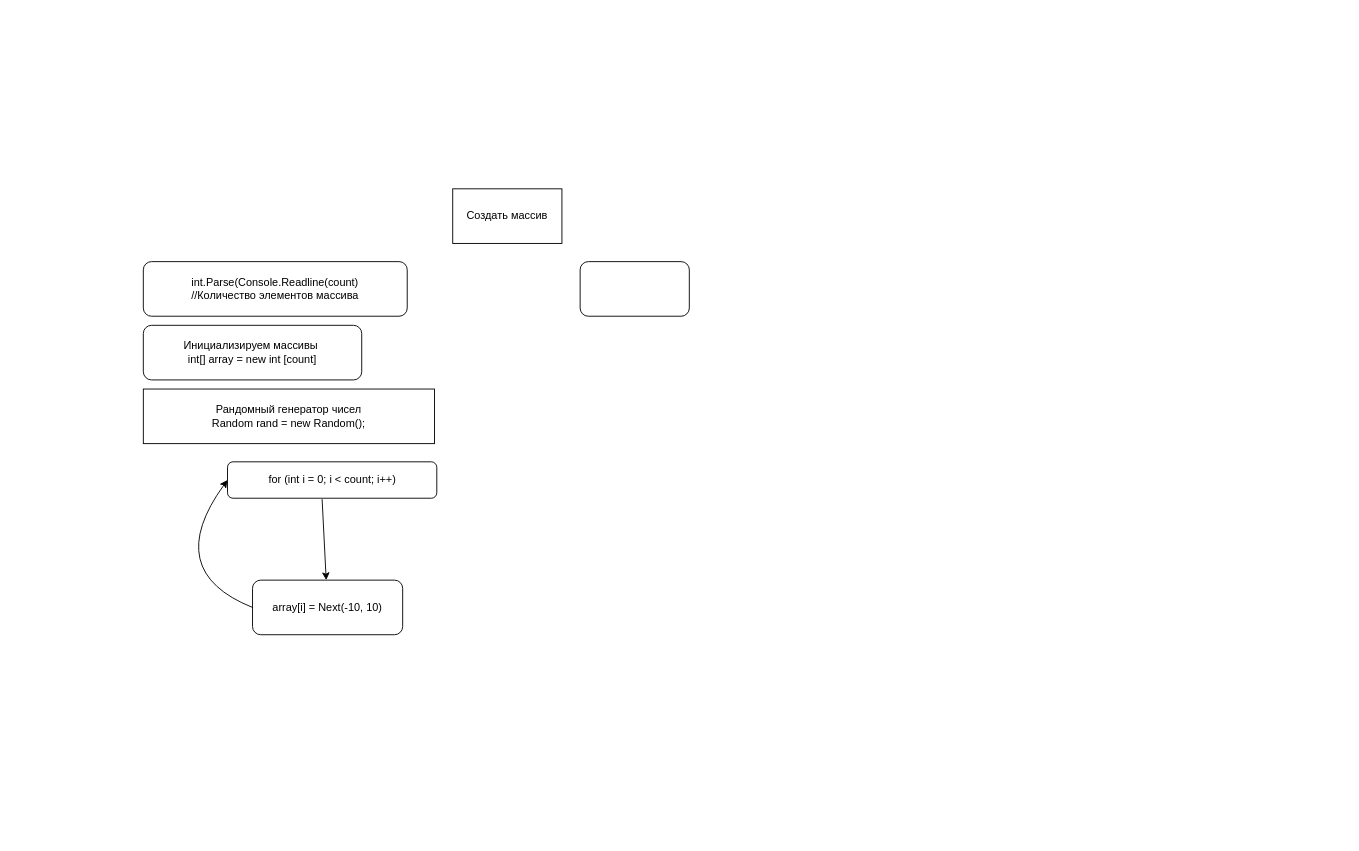
Above: Task01/Schema.drawio in shamshinmax/practicum2 (draw.io), before the change. Source tidied: cells renumbered, new cells numbered last; positions are measured from the earlier drawing's top-left corner, leaving out a move shared by most shapes. Both pictures are drawn from the tidied source at 91%, with x=0, y=0 at pixel (143, 188).
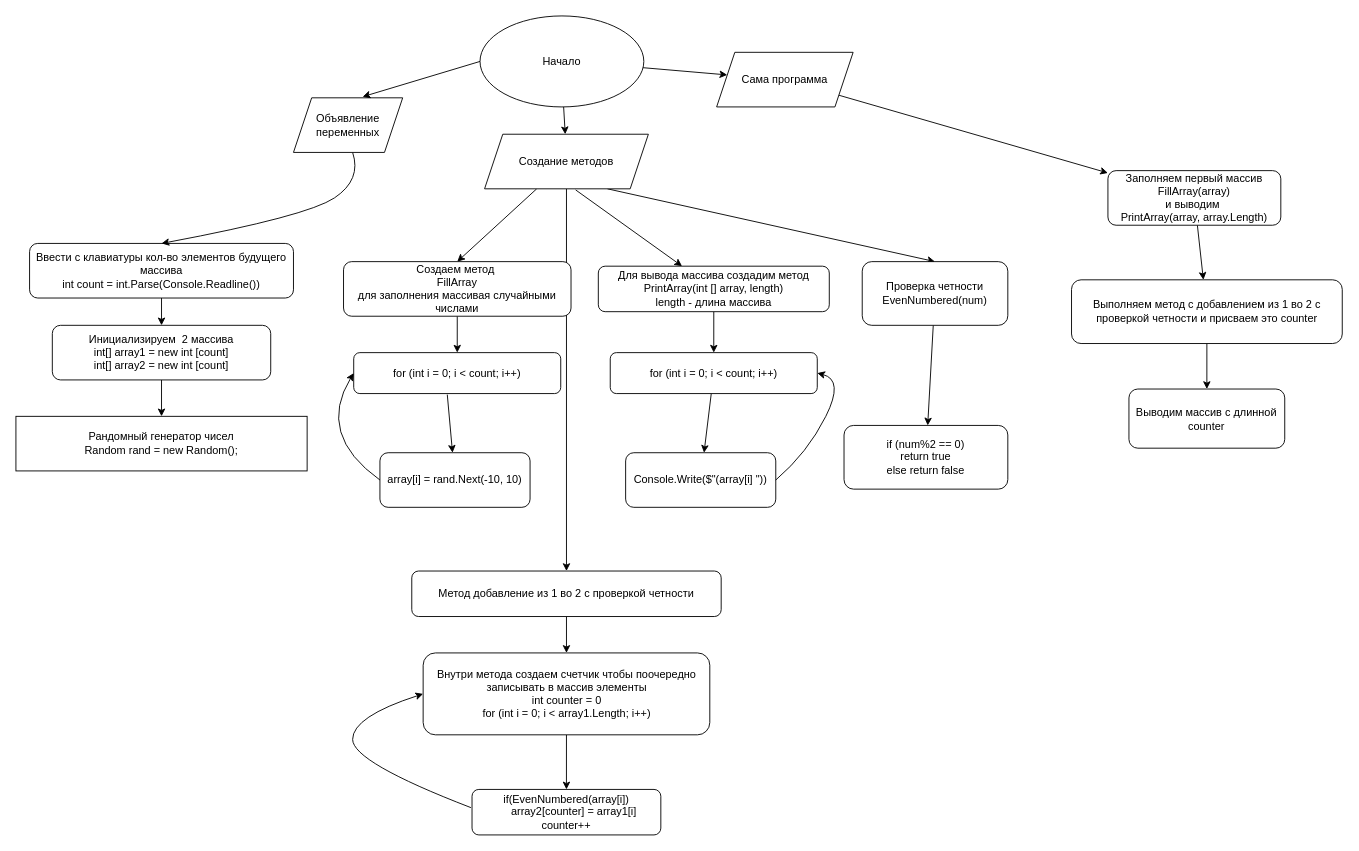
The same page after the edit.

The edit, as a diff of the source:
```diff
@@
-    <mxCell id="2" value="Создать массив" style="rounded=0;whiteSpace=wrap;html=1;" parent="1" vertex="1">
-      <mxGeometry x="340" width="120" height="60" as="geometry" />
-    </mxCell>
+    <mxCell id="11" style="edgeStyle=none;html=1;startArrow=none;" parent="1" edge="1" source="46" target="4">
+      <mxGeometry relative="1" as="geometry" />
+    </mxCell>
+    <mxCell id="12" style="edgeStyle=none;html=1;exitX=0.556;exitY=1.02;exitDx=0;exitDy=0;exitPerimeter=0;" parent="1" edge="1" source="40" target="22">
+      <mxGeometry relative="1" as="geometry" />
+    </mxCell>
+    <mxCell id="13" style="edgeStyle=none;html=1;exitX=0.5;exitY=1;exitDx=0;exitDy=0;" parent="1" edge="1" source="40" target="30">
+      <mxGeometry relative="1" as="geometry" />
+    </mxCell>
     <mxCell id="3" value="for (int i = 0; i &amp;lt; count; i++)" style="rounded=1;whiteSpace=wrap;html=1;" parent="1" vertex="1">
-      <mxGeometry x="92.5" y="300" width="230" height="40" as="geometry" />
+      <mxGeometry x="231.2" y="180" width="227.5" height="45" as="geometry" />
     </mxCell>
+    <mxCell id="14" style="edgeStyle=none;html=1;" parent="1" edge="1" source="4" target="18">
+      <mxGeometry relative="1" as="geometry" />
+    </mxCell>
-    <mxCell id="4" style="rounded=1;whiteSpace=wrap;html=1;" parent="1" vertex="1">
-      <mxGeometry x="480" y="80" width="120" height="60" as="geometry" />
+    <mxCell id="4" value="Заполняем первый массив&lt;br&gt;FillArray(array)&lt;br&gt;и выводим&amp;nbsp;&lt;br&gt;PrintArray(array, array.Length)" style="rounded=1;whiteSpace=wrap;html=1;" parent="1" vertex="1">
+      <mxGeometry x="1060" y="-20" width="190" height="60" as="geometry" />
     </mxCell>
+    <mxCell id="15" style="edgeStyle=none;html=1;" parent="1" edge="1" source="5" target="8">
+      <mxGeometry relative="1" as="geometry" />
+    </mxCell>
-    <mxCell id="5" value="int.Parse(Console.Readline(count)&lt;br&gt;//Количество элементов массива" style="rounded=1;whiteSpace=wrap;html=1;" parent="1" vertex="1">
-      <mxGeometry y="80" width="290" height="60" as="geometry" />
+    <mxCell id="5" value="Ввести с клавиатуры кол-во элементов будущего массива&lt;br&gt;int count = int.Parse(Console.Readline())" style="rounded=1;whiteSpace=wrap;html=1;" parent="1" vertex="1">
+      <mxGeometry x="-125" y="60" width="290" height="60" as="geometry" />
     </mxCell>
     <mxCell id="6" value="Рандомный генератор чисел&lt;br&gt;Random rand = new Random();" style="rounded=0;whiteSpace=wrap;html=1;" parent="1" vertex="1">
-      <mxGeometry y="220" width="320" height="60" as="geometry" />
+      <mxGeometry x="-140" y="250" width="320" height="60" as="geometry" />
     </mxCell>
-    <mxCell id="7" value="array[i] = Next(-10, 10)" style="rounded=1;whiteSpace=wrap;html=1;" parent="1" vertex="1">
-      <mxGeometry x="120" y="430" width="165" height="60" as="geometry" />
+    <mxCell id="7" value="array[i] = rand.Next(-10, 10)" style="rounded=1;whiteSpace=wrap;html=1;" parent="1" vertex="1">
+      <mxGeometry x="260" y="290" width="165" height="60" as="geometry" />
     </mxCell>
+    <mxCell id="16" style="edgeStyle=none;html=1;" parent="1" edge="1" source="8" target="6">
+      <mxGeometry relative="1" as="geometry" />
+    </mxCell>
-    <mxCell id="8" value="Инициализируем массивы&amp;nbsp;&lt;br&gt;int[] array = new int [count]" style="rounded=1;whiteSpace=wrap;html=1;" parent="1" vertex="1">
-      <mxGeometry y="150" width="240" height="60" as="geometry" />
+    <mxCell id="8" value="Инициализируем&amp;nbsp; 2 массива&lt;br&gt;int[] array1 = new int [count]&lt;br&gt;int[] array2 = new int [count]" style="rounded=1;whiteSpace=wrap;html=1;" parent="1" vertex="1">
+      <mxGeometry x="-100" y="150" width="240" height="60" as="geometry" />
     </mxCell>
@@
+    <mxCell id="17" style="edgeStyle=none;html=1;" parent="1" edge="1" source="18" target="19">
+      <mxGeometry relative="1" as="geometry" />
+    </mxCell>
+    <mxCell id="18" value="Выполняем метод с добавлением из 1 во 2 с проверкой четности и присваем это counter" style="whiteSpace=wrap;html=1;rounded=1;" parent="1" vertex="1">
+      <mxGeometry x="1020" y="100" width="297.5" height="70" as="geometry" />
+    </mxCell>
+    <mxCell id="19" value="Выводим массив с длинной counter&lt;br&gt;" style="whiteSpace=wrap;html=1;rounded=1;" parent="1" vertex="1">
+      <mxGeometry x="1083.1" y="220" width="171.2" height="65" as="geometry" />
+    </mxCell>
+    <mxCell id="20" style="curved=1;endArrow=classic;html=1;entryX=0.5;entryY=0;entryDx=0;entryDy=0;" parent="1" edge="1" target="5">
+      <mxGeometry relative="1" as="geometry">
+        <mxPoint x="230" y="-40" as="sourcePoint" />
+        <Array as="points">
+          <mxPoint x="240" y="-10" />
+          <mxPoint x="180" y="30" />
+        </Array>
+      </mxGeometry>
+    </mxCell>
+    <mxCell id="21" style="edgeStyle=none;html=1;" parent="1" edge="1" source="22" target="27">
+      <mxGeometry relative="1" as="geometry" />
+    </mxCell>
+    <mxCell id="22" value="Для вывода массива создадим метод&lt;br&gt;PrintArray(int [] array, length)&lt;br&gt;length - длина массива" style="rounded=1;whiteSpace=wrap;html=1;" parent="1" vertex="1">
+      <mxGeometry x="500" y="85" width="253.8" height="50" as="geometry" />
+    </mxCell>
-    <mxCell id="10" style="curved=1;endArrow=classic;html=1;exitX=0;exitY=0.5;exitDx=0;exitDy=0;entryX=0;entryY=0.5;entryDx=0;entryDy=0;" parent="1" edge="1" source="7" target="3">
+    <mxCell id="10" style="curved=1;endArrow=classic;html=1;entryX=0;entryY=0.5;entryDx=0;entryDy=0;exitX=0;exitY=0.5;exitDx=0;exitDy=0;" parent="1" edge="1" source="7" target="3">
       <mxGeometry relative="1" as="geometry">
         <Array as="points">
-          <mxPoint x="20" y="420" />
+          <mxPoint x="190" y="270" />
         </Array>
       </mxGeometry>
     </mxCell>
+    <mxCell id="23" style="edgeStyle=none;html=1;" parent="1" edge="1" source="24" target="3">
+      <mxGeometry relative="1" as="geometry" />
+    </mxCell>
+    <mxCell id="24" value="Создаем метод&amp;nbsp;&lt;br&gt;FillArray&lt;br&gt;для заполнения массивая случайными числами" style="rounded=1;whiteSpace=wrap;html=1;" parent="1" vertex="1">
+      <mxGeometry x="220" y="80" width="250" height="60" as="geometry" />
+    </mxCell>
+    <mxCell id="25" style="endArrow=classic;html=1;entryX=0.5;entryY=0;entryDx=0;entryDy=0;" parent="1" edge="1" source="40" target="24">
+      <mxGeometry relative="1" as="geometry" />
+    </mxCell>
+    <mxCell id="26" style="edgeStyle=none;html=1;" parent="1" edge="1" source="27" target="28">
+      <mxGeometry relative="1" as="geometry" />
+    </mxCell>
+    <mxCell id="27" value="for (int i = 0; i &amp;lt; count; i++)" style="rounded=1;whiteSpace=wrap;html=1;" parent="1" vertex="1">
+      <mxGeometry x="513.1" y="180" width="227.5" height="45" as="geometry" />
+    </mxCell>
+    <mxCell id="28" value="Console.Write($&quot;(array[i] &quot;))" style="rounded=1;whiteSpace=wrap;html=1;" parent="1" vertex="1">
+      <mxGeometry x="530" y="290" width="165" height="60" as="geometry" />
+    </mxCell>
+    <mxCell id="29" style="edgeStyle=none;html=1;" parent="1" edge="1" source="30" target="32">
+      <mxGeometry relative="1" as="geometry" />
+    </mxCell>
+    <mxCell id="30" value="Метод добавление из 1 во 2 с проверкой четности" style="rounded=1;whiteSpace=wrap;html=1;" parent="1" vertex="1">
+      <mxGeometry x="295" y="420" width="340" height="50" as="geometry" />
+    </mxCell>
+    <mxCell id="31" style="edgeStyle=none;html=1;" parent="1" edge="1" source="32" target="42">
+      <mxGeometry relative="1" as="geometry" />
+    </mxCell>
+    <mxCell id="32" value="Внутри метода создаем счетчик чтобы поочередно записывать в массив элементы&lt;br&gt;int counter = 0&lt;br&gt;for (int i = 0; i &amp;lt; array1.Length; i++)&lt;br&gt;" style="whiteSpace=wrap;html=1;rounded=1;" parent="1" vertex="1">
+      <mxGeometry x="307.5" y="510" width="315" height="90" as="geometry" />
+    </mxCell>
+    <mxCell id="33" style="endArrow=classic;html=1;entryX=0.5;entryY=0;entryDx=0;entryDy=0;exitX=0.75;exitY=1;exitDx=0;exitDy=0;" parent="1" edge="1" source="40" target="35">
+      <mxGeometry relative="1" as="geometry" />
+    </mxCell>
+    <mxCell id="34" style="edgeStyle=none;html=1;" parent="1" edge="1" source="35" target="36">
+      <mxGeometry relative="1" as="geometry" />
+    </mxCell>
+    <mxCell id="35" value="Проверка четности EvenNumbered(num)" style="rounded=1;whiteSpace=wrap;html=1;" parent="1" vertex="1">
+      <mxGeometry x="790" y="80" width="160" height="70" as="geometry" />
+    </mxCell>
+    <mxCell id="36" value="if (num%2 == 0)&lt;br&gt;return true&lt;br&gt;else return false" style="whiteSpace=wrap;html=1;rounded=1;" parent="1" vertex="1">
+      <mxGeometry x="770" y="260" width="180" height="70" as="geometry" />
+    </mxCell>
+    <mxCell id="37" style="edgeStyle=none;html=1;" parent="1" edge="1" source="39" target="40">
+      <mxGeometry relative="1" as="geometry" />
+    </mxCell>
+    <mxCell id="38" style="edgeStyle=none;html=1;" parent="1" edge="1" source="39" target="46">
+      <mxGeometry relative="1" as="geometry" />
+    </mxCell>
+    <mxCell id="39" value="Начало&lt;br&gt;" style="ellipse;whiteSpace=wrap;html=1;" parent="1" vertex="1">
+      <mxGeometry x="370" y="-190" width="180" height="100" as="geometry" />
+    </mxCell>
+    <mxCell id="40" value="Создание методов" style="shape=parallelogram;perimeter=parallelogramPerimeter;whiteSpace=wrap;html=1;fixedSize=1;" parent="1" vertex="1">
+      <mxGeometry x="375" y="-60" width="180" height="60" as="geometry" />
+    </mxCell>
+    <mxCell id="41" style="curved=1;endArrow=classic;html=1;exitX=1;exitY=0.5;exitDx=0;exitDy=0;entryX=1;entryY=0.5;entryDx=0;entryDy=0;" parent="1" edge="1" source="28" target="27">
+      <mxGeometry relative="1" as="geometry">
+        <Array as="points">
+          <mxPoint x="730" y="290" />
+          <mxPoint x="770" y="210" />
+        </Array>
+      </mxGeometry>
+    </mxCell>
+    <mxCell id="42" value="&lt;span&gt;if(EvenNumbered(array[i])&lt;/span&gt;&lt;br&gt;&lt;span&gt;&amp;nbsp; &amp;nbsp; &amp;nbsp;array2[counter] = array1[i]&lt;/span&gt;&lt;br&gt;&lt;span&gt;counter++&lt;/span&gt;" style="whiteSpace=wrap;html=1;rounded=1;" parent="1" vertex="1">
+      <mxGeometry x="361.2" y="660" width="207.5" height="50" as="geometry" />
+    </mxCell>
+    <mxCell id="43" style="curved=1;endArrow=classic;html=1;entryX=0;entryY=0.5;entryDx=0;entryDy=0;" parent="1" edge="1" target="32">
+      <mxGeometry relative="1" as="geometry">
+        <mxPoint x="360" y="680" as="sourcePoint" />
+        <Array as="points">
+          <mxPoint x="230" y="630" />
+          <mxPoint x="230" y="580" />
+        </Array>
+      </mxGeometry>
+    </mxCell>
+    <mxCell id="44" value="Объявление переменных" style="shape=parallelogram;perimeter=parallelogramPerimeter;whiteSpace=wrap;html=1;fixedSize=1;" parent="1" vertex="1">
+      <mxGeometry x="165" y="-100" width="120" height="60" as="geometry" />
+    </mxCell>
+    <mxCell id="45" style="endArrow=classic;html=1;exitX=0;exitY=0.5;exitDx=0;exitDy=0;entryX=0.633;entryY=-0.02;entryDx=0;entryDy=0;entryPerimeter=0;" parent="1" edge="1" source="39" target="44">
+      <mxGeometry relative="1" as="geometry" />
+    </mxCell>
+    <mxCell id="46" value="Сама программа" style="shape=parallelogram;perimeter=parallelogramPerimeter;whiteSpace=wrap;html=1;fixedSize=1;" parent="1" vertex="1">
+      <mxGeometry x="630" y="-150" width="150" height="60" as="geometry" />
+    </mxCell>
```
